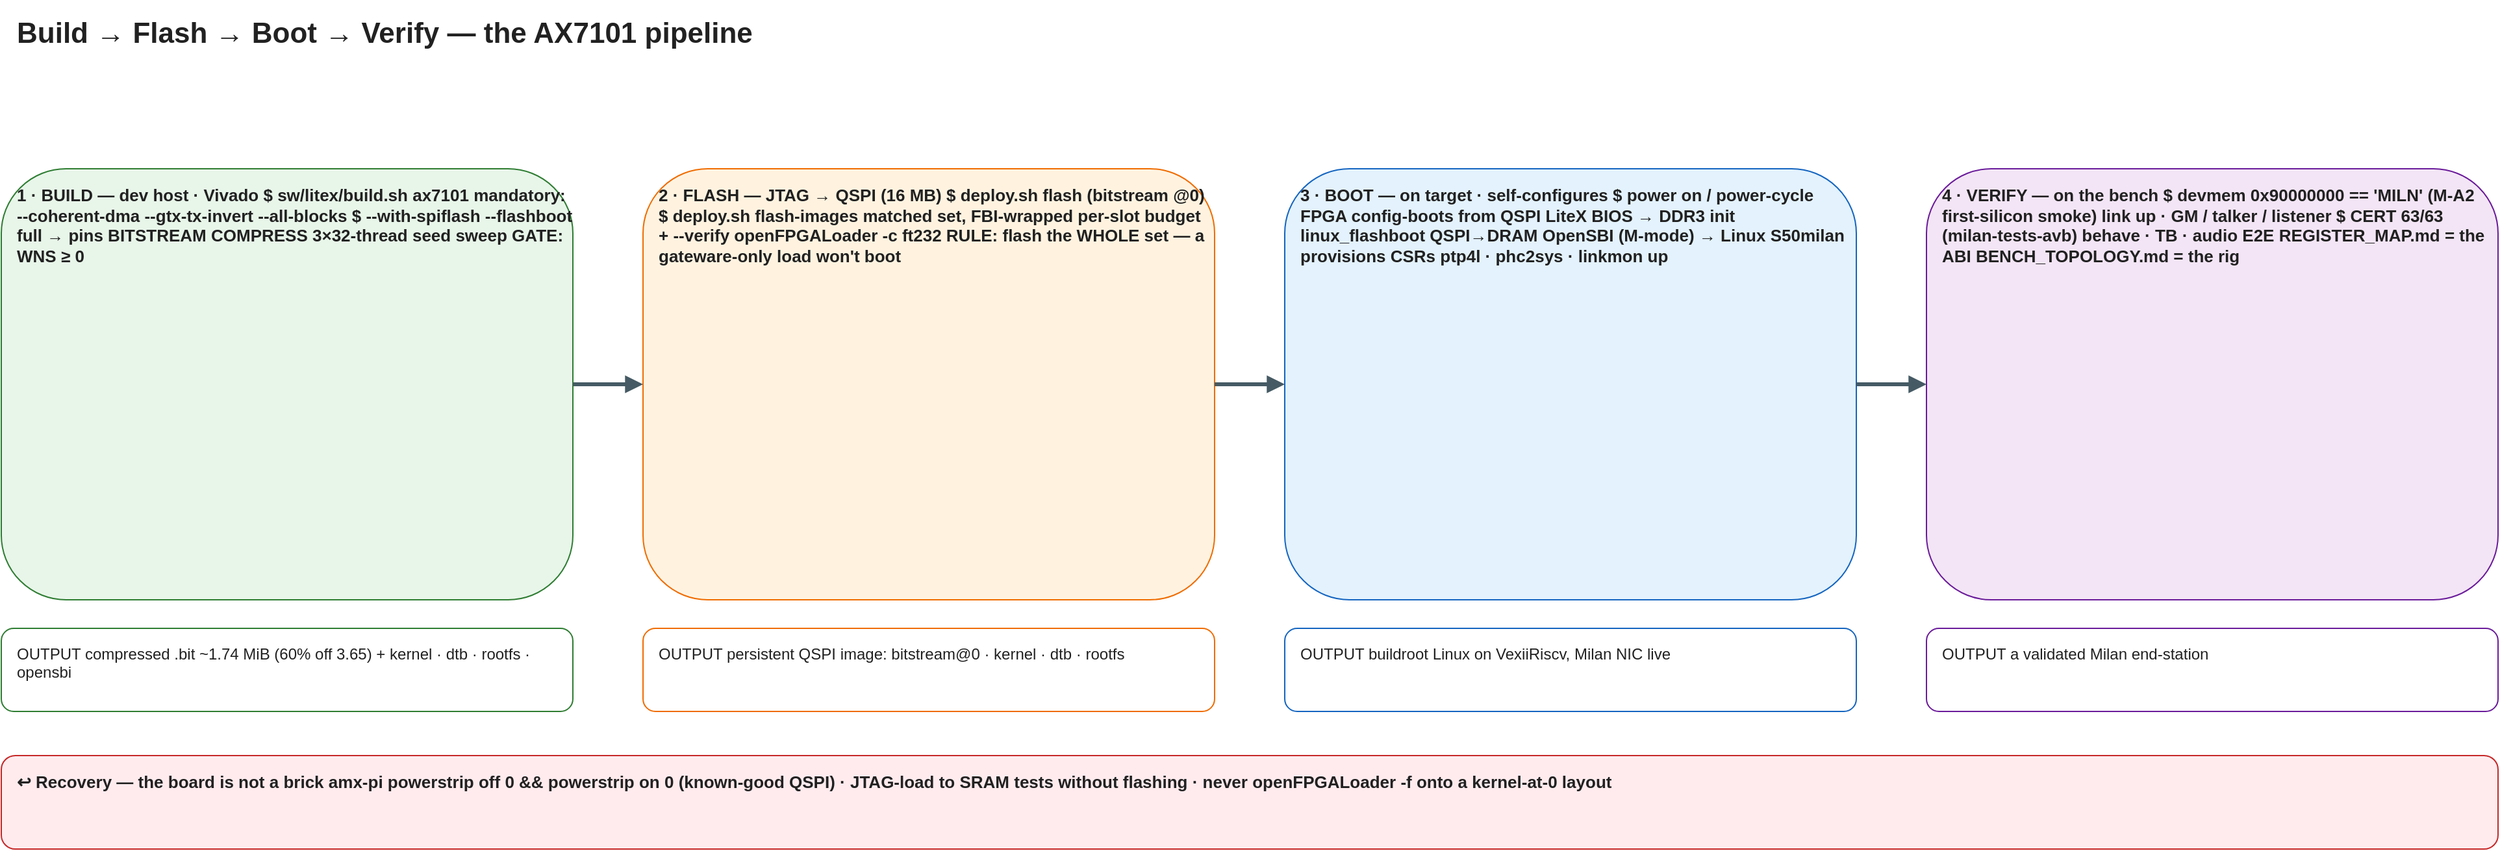
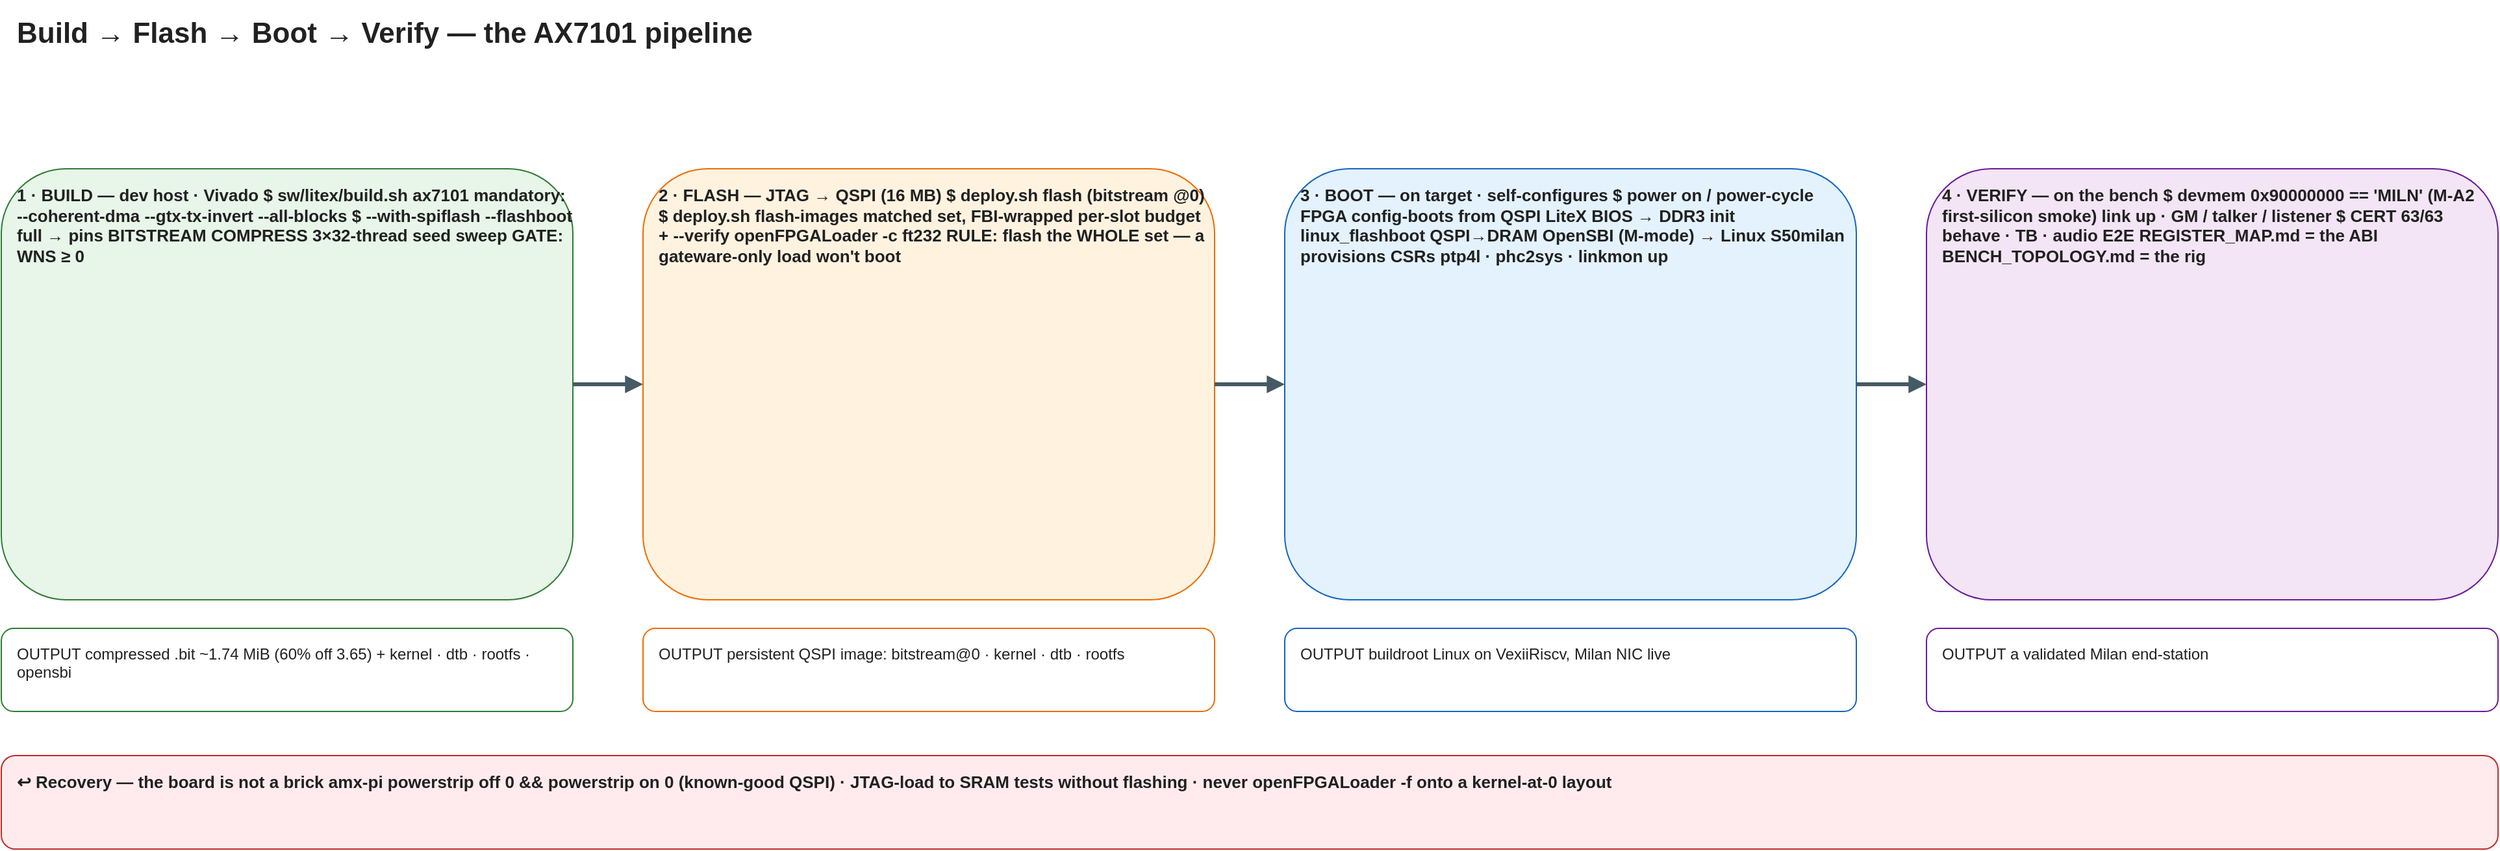
<mxfile host="app.diagrams.net"><diagram name="build-flash-boot"><mxGraphModel dx="1400" dy="900" grid="0" guides="1" tooltips="1" connect="1" arrows="1" fold="1" page="1" pageScale="1" pageWidth="2002" pageHeight="698" math="0" shadow="0"><root><mxCell id="0"/>
<mxCell id="1" parent="0"/>
<mxCell id="n2" value="Build → Flash → Boot → Verify — the AX7101 pipeline" style="rounded=1;whiteSpace=wrap;html=1;fillColor=none;strokeColor=none;fontSize=22;align=left;verticalAlign=top;spacingLeft=10;spacingTop=6;fontColor=#212121;fontStyle=1;" vertex="1" parent="1"><mxGeometry x="40" y="20" width="1200" height="34" as="geometry"/></mxCell>
<mxCell id="n3" value="1 · BUILD   —   dev host · Vivado

$ sw/litex/build.sh ax7101
  mandatory: --coherent-dma
  --gtx-tx-invert --all-blocks
$ --with-spiflash --flashboot full
    → pins BITSTREAM COMPRESS
  3×32-thread seed sweep
  GATE: WNS ≥ 0" style="rounded=1;whiteSpace=wrap;html=1;fillColor=#E8F5E9;strokeColor=#2E7D32;fontSize=13;align=left;verticalAlign=top;spacingLeft=10;spacingTop=6;fontColor=#212121;fontStyle=1;" vertex="1" parent="1"><mxGeometry x="40" y="150" width="440" height="332" as="geometry"/></mxCell>
<mxCell id="n4" value="OUTPUT
compressed .bit ~1.74 MiB (60% off 3.65)
+ kernel · dtb · rootfs · opensbi" style="rounded=1;whiteSpace=wrap;html=1;fillColor=#ffffff;strokeColor=#2E7D32;fontSize=12;align=left;verticalAlign=top;spacingLeft=10;spacingTop=6;fontColor=#212121;" vertex="1" parent="1"><mxGeometry x="40" y="504" width="440" height="64" as="geometry"/></mxCell>
<mxCell id="n5" value="2 · FLASH   —   JTAG → QSPI (16 MB)

$ deploy.sh flash  (bitstream @0)
$ deploy.sh flash-images
    matched set, FBI-wrapped
    per-slot budget + --verify
  openFPGALoader -c ft232
  RULE: flash the WHOLE set —
  a gateware-only load won&#x27;t boot" style="rounded=1;whiteSpace=wrap;html=1;fillColor=#FFF3E0;strokeColor=#EF6C00;fontSize=13;align=left;verticalAlign=top;spacingLeft=10;spacingTop=6;fontColor=#212121;fontStyle=1;" vertex="1" parent="1"><mxGeometry x="534" y="150" width="440" height="332" as="geometry"/></mxCell>
<mxCell id="n6" value="OUTPUT
persistent QSPI image:
bitstream@0 · kernel · dtb · rootfs" style="rounded=1;whiteSpace=wrap;html=1;fillColor=#ffffff;strokeColor=#EF6C00;fontSize=12;align=left;verticalAlign=top;spacingLeft=10;spacingTop=6;fontColor=#212121;" vertex="1" parent="1"><mxGeometry x="534" y="504" width="440" height="64" as="geometry"/></mxCell>
<mxCell id="n7" value="3 · BOOT   —   on target · self-configures

$ power on / power-cycle
  FPGA config-boots from QSPI
  LiteX BIOS → DDR3 init
  linux_flashboot QSPI→DRAM
  OpenSBI (M-mode) → Linux
  S50milan provisions CSRs
  ptp4l · phc2sys · linkmon up" style="rounded=1;whiteSpace=wrap;html=1;fillColor=#E3F2FD;strokeColor=#1565C0;fontSize=13;align=left;verticalAlign=top;spacingLeft=10;spacingTop=6;fontColor=#212121;fontStyle=1;" vertex="1" parent="1"><mxGeometry x="1028" y="150" width="440" height="332" as="geometry"/></mxCell>
<mxCell id="n8" value="OUTPUT
buildroot Linux on VexiiRiscv,
Milan NIC live" style="rounded=1;whiteSpace=wrap;html=1;fillColor=#ffffff;strokeColor=#1565C0;fontSize=12;align=left;verticalAlign=top;spacingLeft=10;spacingTop=6;fontColor=#212121;" vertex="1" parent="1"><mxGeometry x="1028" y="504" width="440" height="64" as="geometry"/></mxCell>
<mxCell id="n9" value="4 · VERIFY   —   on the bench

$ devmem 0x90000000 == &#x27;MILN&#x27;
    (M-A2 first-silicon smoke)
  link up · GM / talker / listener
- $ CERT 63/63  (milan-tests-avb)
+ $ CERT 63/63
  behave · TB · audio E2E
  REGISTER_MAP.md = the ABI
  BENCH_TOPOLOGY.md = the rig" style="rounded=1;whiteSpace=wrap;html=1;fillColor=#F3E5F5;strokeColor=#6A1B9A;fontSize=13;align=left;verticalAlign=top;spacingLeft=10;spacingTop=6;fontColor=#212121;fontStyle=1;" vertex="1" parent="1"><mxGeometry x="1522" y="150" width="440" height="332" as="geometry"/></mxCell>
<mxCell id="n10" value="OUTPUT
a validated Milan end-station" style="rounded=1;whiteSpace=wrap;html=1;fillColor=#ffffff;strokeColor=#6A1B9A;fontSize=12;align=left;verticalAlign=top;spacingLeft=10;spacingTop=6;fontColor=#212121;" vertex="1" parent="1"><mxGeometry x="1522" y="504" width="440" height="64" as="geometry"/></mxCell>
<mxCell id="e11" style="endArrow=block;html=1;strokeColor=#455A64;strokeWidth=3;" edge="1" parent="1" source="n3" target="n5"><mxGeometry relative="1" as="geometry"/></mxCell>
<mxCell id="e12" style="endArrow=block;html=1;strokeColor=#455A64;strokeWidth=3;" edge="1" parent="1" source="n5" target="n7"><mxGeometry relative="1" as="geometry"/></mxCell>
<mxCell id="e13" style="endArrow=block;html=1;strokeColor=#455A64;strokeWidth=3;" edge="1" parent="1" source="n7" target="n9"><mxGeometry relative="1" as="geometry"/></mxCell>
<mxCell id="n14" value="↩ Recovery — the board is not a brick
amx-pi powerstrip off 0 &amp;&amp; powerstrip on 0 (known-good QSPI) · JTAG-load to SRAM tests without flashing · never openFPGALoader -f onto a kernel-at-0 layout" style="rounded=1;whiteSpace=wrap;html=1;fillColor=#FFEBEE;strokeColor=#C62828;fontSize=13;align=left;verticalAlign=top;spacingLeft=10;spacingTop=6;fontColor=#212121;fontStyle=1;" vertex="1" parent="1"><mxGeometry x="40" y="602" width="1922" height="72" as="geometry"/></mxCell></root></mxGraphModel></diagram></mxfile>